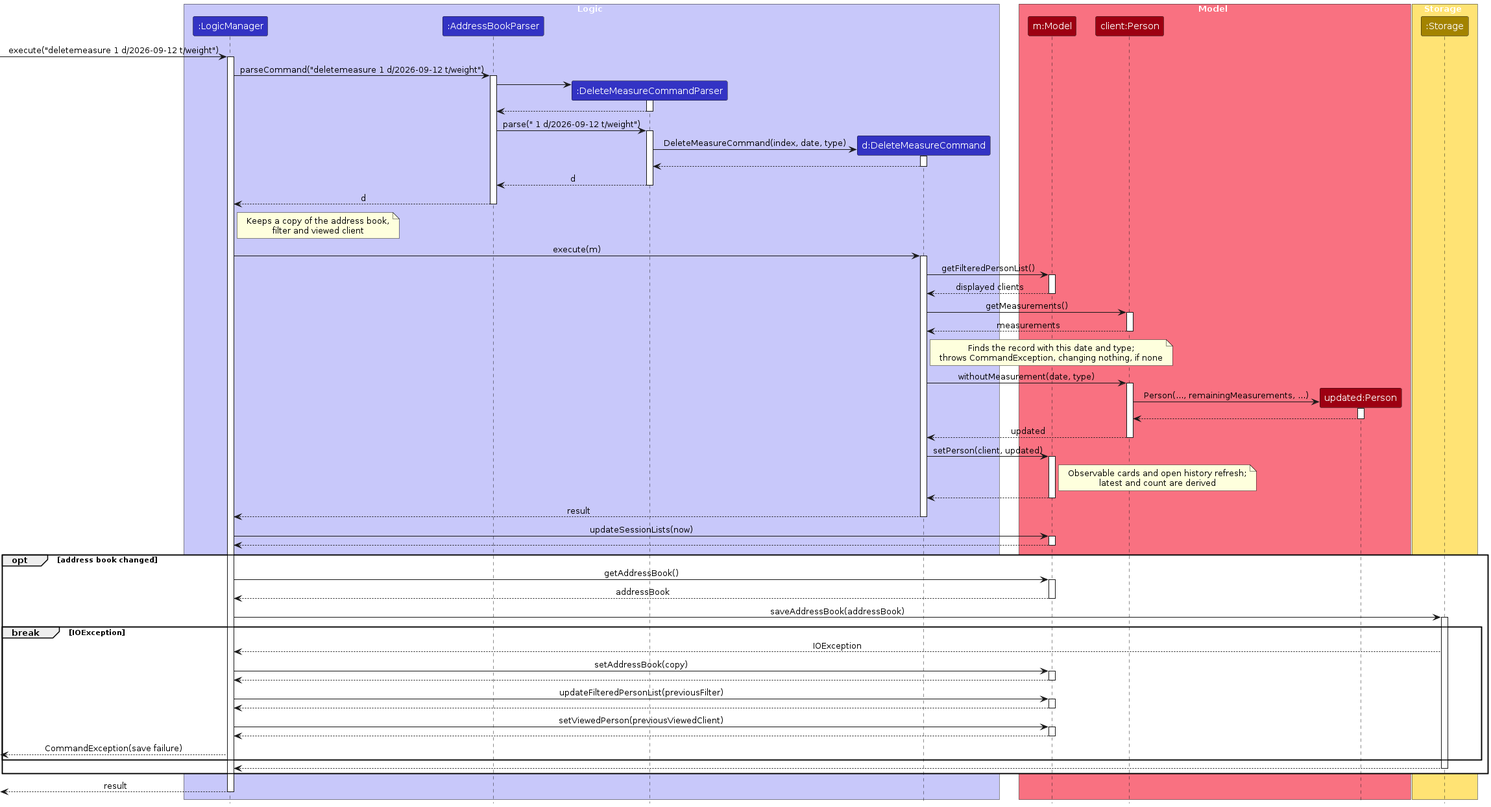
The PlantUML diagram diagrams/DeleteMeasureSequenceDiagram.png in AY2627S1-CS2103T-F14a-2/tp, before a commit. Its source is kept beside it as diagrams/DeleteMeasureSequenceDiagram.puml.
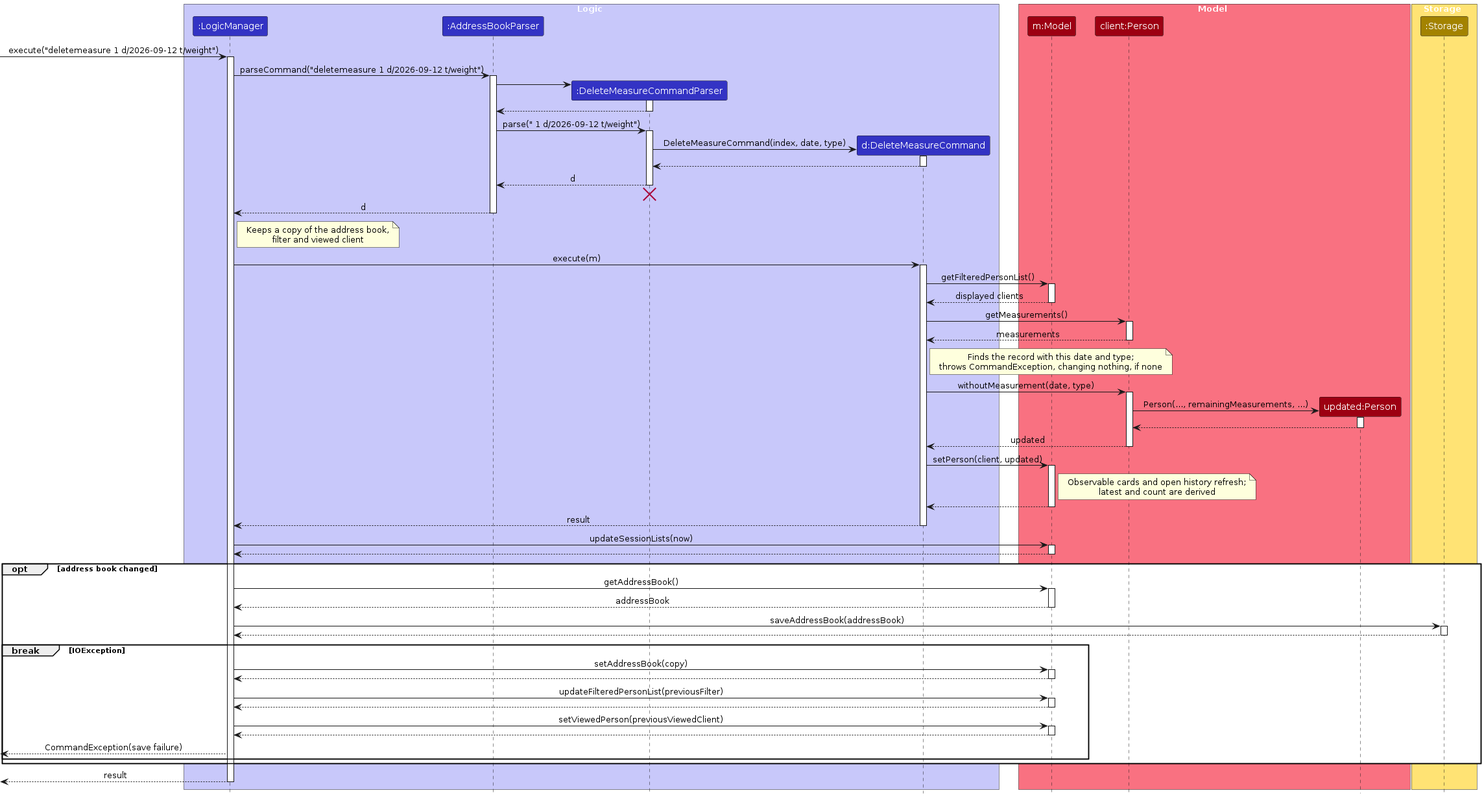
Above is the later version.

What changed in the source:
```diff
@@ -35,6 +35,8 @@
 deactivate Command
 DeleteParser --> Parser : d
 deactivate DeleteParser
+DeleteParser -[hidden]-> Parser
+destroy DeleteParser
 Parser --> Logic : d
 deactivate Parser
 note right of Logic : Keeps a copy of the address book,\nfilter and viewed client
@@ -76,8 +78,9 @@
 deactivate Model
 Logic -> Storage : saveAddressBook(addressBook)
 activate Storage
+Storage --> Logic
+deactivate Storage
 break IOException
-Storage --> Logic : IOException
 Logic -> Model : setAddressBook(copy)
 activate Model
 Model --> Logic
@@ -92,8 +95,6 @@
 deactivate Model
 [<-- Logic : CommandException(save failure)
 end
-Storage --> Logic
-deactivate Storage
 end
 [<-- Logic : result
 deactivate Logic
```
